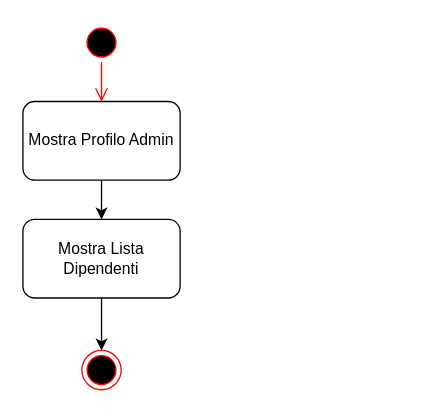
Before: Diagrammi_delle_attivita/Modificabili/diagramma_attivita_lista_dipendenti.drawio in fd-col/ProgettoIngegneriaDelSoftware, a draw.io diagram. Source tidied: cells renumbered, new cells numbered last; positions are measured from the earlier drawing's top-left corner, leaving out a move shared by most shapes. Both pictures are drawn from the tidied source at 131%, with x=0, y=0 at pixel (22, 22).
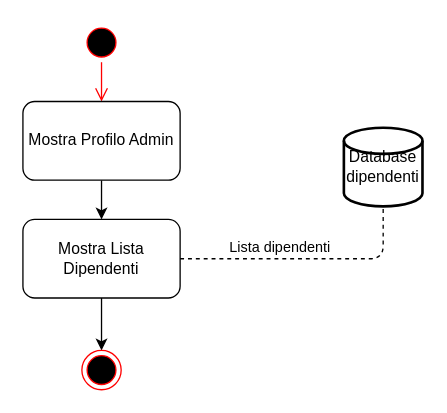
The same page after the edit.

What changed in the source:
```diff
@@
 <mxGraphModel>
   <root>
     <mxCell id="0" />
     <mxCell id="1" parent="0" />
     <mxCell id="2" style="ellipse;html=1;shape=startState;fillColor=#000000;strokeColor=#ff0000;" parent="1" vertex="1">
       <mxGeometry x="45" width="30" height="30" as="geometry" />
     </mxCell>
     <mxCell id="3" style="edgeStyle=orthogonalEdgeStyle;html=1;verticalAlign=bottom;endArrow=open;endSize=8;strokeColor=#ff0000;" parent="1" edge="1" source="2">
       <mxGeometry relative="1" as="geometry">
         <mxPoint x="60" y="60" as="targetPoint" />
       </mxGeometry>
     </mxCell>
     <mxCell id="4" style="edgeStyle=orthogonalEdgeStyle;rounded=0;jettySize=auto;html=1;" parent="1" edge="1" source="5" target="7">
       <mxGeometry relative="1" as="geometry" />
     </mxCell>
     <mxCell id="5" value="Mostra Profilo Admin" style="rounded=1;whiteSpace=wrap;html=1;" parent="1" vertex="1">
       <mxGeometry y="60" width="120" height="60" as="geometry" />
     </mxCell>
     <mxCell id="6" style="edgeStyle=orthogonalEdgeStyle;rounded=0;jettySize=auto;html=1;" parent="1" edge="1" source="7">
       <mxGeometry relative="1" as="geometry">
         <mxPoint x="60" y="250" as="targetPoint" />
       </mxGeometry>
     </mxCell>
     <mxCell id="7" value="Mostra Lista Dipendenti" style="rounded=1;whiteSpace=wrap;html=1;" parent="1" vertex="1">
       <mxGeometry y="150" width="120" height="60" as="geometry" />
     </mxCell>
     <mxCell id="8" style="ellipse;html=1;shape=endState;fillColor=#000000;strokeColor=#ff0000;" parent="1" vertex="1">
       <mxGeometry x="45" y="250" width="30" height="30" as="geometry" />
     </mxCell>
+    <mxCell id="9" value="Database&lt;br&gt;dipendenti" style="strokeWidth=2;html=1;shape=mxgraph.flowchart.database;whiteSpace=wrap;" parent="1" vertex="1">
+      <mxGeometry x="245" y="80" width="60" height="60" as="geometry" />
+    </mxCell>
+    <mxCell id="10" style="endArrow=none;dashed=1;html=1;entryX=0.5;entryY=1;entryDx=0;entryDy=0;entryPerimeter=0;exitX=1;exitY=0.5;exitDx=0;exitDy=0;" parent="1" edge="1" source="7" target="9">
+      <mxGeometry relative="1" as="geometry">
+        <Array as="points">
+          <mxPoint x="275" y="180" />
+        </Array>
+      </mxGeometry>
+    </mxCell>
+    <mxCell id="11" value="Lista dipendenti" style="edgeLabel;html=1;align=center;verticalAlign=middle;" parent="10" vertex="1">
+      <mxGeometry x="-0.23" y="3" relative="1" as="geometry">
+        <mxPoint y="-7" as="offset" />
+      </mxGeometry>
+    </mxCell>
   </root>
 </mxGraphModel>
```
